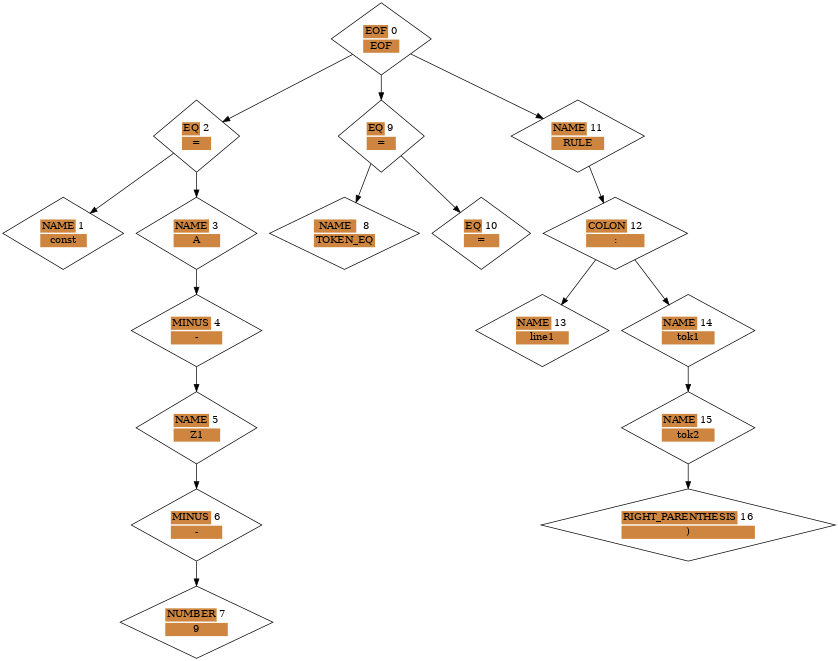
1mchlkrpch/Rebecca keeps this Graphviz diagram as graph.png. Above is the earlier version. Its source is kept beside it as graph.dot.
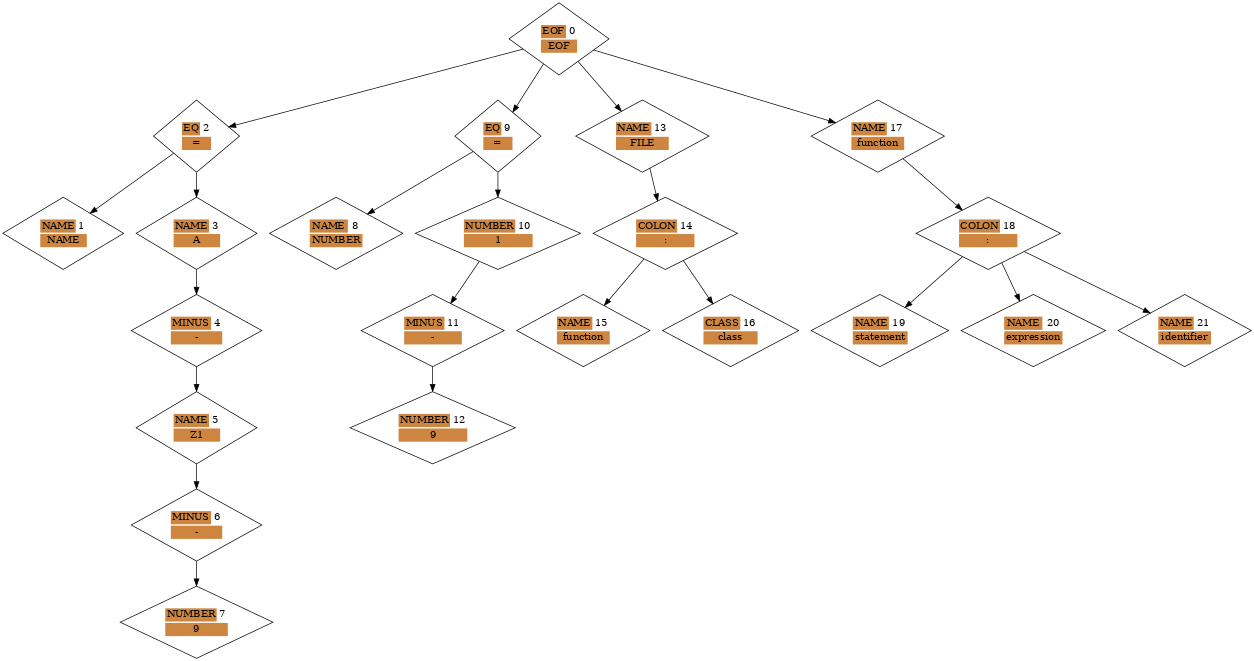
The same file after the commit.

The edit, as a diff of the source:
```diff
@@ -17,7 +17,7 @@
 	n1 [shape=diamond label=<
 		<table border="0">
 			<tr><td colspan="1" bgcolor="Peru">NAME</td><td>1</td></tr>
-			<tr><td colspan="2" bgcolor="Peru">const</td></tr>
+			<tr><td colspan="2" bgcolor="Peru">NAME</td></tr>
 		</table>
 	>]
 
@@ -66,62 +66,98 @@
 	n8 [shape=diamond label=<
 		<table border="0">
 			<tr><td colspan="1" bgcolor="Peru">NAME</td><td>8</td></tr>
-			<tr><td colspan="2" bgcolor="Peru">TOKEN_EQ</td></tr>
+			<tr><td colspan="2" bgcolor="Peru">NUMBER</td></tr>
 		</table>
 	>]
 
 	n10 [shape=diamond label=<
 		<table border="0">
-			<tr><td colspan="1" bgcolor="Peru">EQ</td><td>10</td></tr>
-			<tr><td colspan="2" bgcolor="Peru">=</td></tr>
+			<tr><td colspan="1" bgcolor="Peru">NUMBER</td><td>10</td></tr>
+			<tr><td colspan="2" bgcolor="Peru">1</td></tr>
 		</table>
 	>]
 
 	n11 [shape=diamond label=<
 		<table border="0">
-			<tr><td colspan="1" bgcolor="Peru">NAME</td><td>11</td></tr>
-			<tr><td colspan="2" bgcolor="Peru">RULE</td></tr>
+			<tr><td colspan="1" bgcolor="Peru">MINUS</td><td>11</td></tr>
+			<tr><td colspan="2" bgcolor="Peru">-</td></tr>
 		</table>
 	>]
 
 	n12 [shape=diamond label=<
 		<table border="0">
-			<tr><td colspan="1" bgcolor="Peru">COLON</td><td>12</td></tr>
-			<tr><td colspan="2" bgcolor="Peru">:</td></tr>
+			<tr><td colspan="1" bgcolor="Peru">NUMBER</td><td>12</td></tr>
+			<tr><td colspan="2" bgcolor="Peru">9</td></tr>
 		</table>
 	>]
 
 	n13 [shape=diamond label=<
 		<table border="0">
 			<tr><td colspan="1" bgcolor="Peru">NAME</td><td>13</td></tr>
-			<tr><td colspan="2" bgcolor="Peru">line1</td></tr>
+			<tr><td colspan="2" bgcolor="Peru">FILE</td></tr>
 		</table>
 	>]
 
 	n14 [shape=diamond label=<
 		<table border="0">
-			<tr><td colspan="1" bgcolor="Peru">NAME</td><td>14</td></tr>
-			<tr><td colspan="2" bgcolor="Peru">tok1</td></tr>
+			<tr><td colspan="1" bgcolor="Peru">COLON</td><td>14</td></tr>
+			<tr><td colspan="2" bgcolor="Peru">:</td></tr>
 		</table>
 	>]
 
 	n15 [shape=diamond label=<
 		<table border="0">
 			<tr><td colspan="1" bgcolor="Peru">NAME</td><td>15</td></tr>
-			<tr><td colspan="2" bgcolor="Peru">tok2</td></tr>
+			<tr><td colspan="2" bgcolor="Peru">function</td></tr>
 		</table>
 	>]
 
 	n16 [shape=diamond label=<
 		<table border="0">
-			<tr><td colspan="1" bgcolor="Peru">RIGHT_PARENTHESIS</td><td>16</td></tr>
-			<tr><td colspan="2" bgcolor="Peru">)</td></tr>
+			<tr><td colspan="1" bgcolor="Peru">CLASS</td><td>16</td></tr>
+			<tr><td colspan="2" bgcolor="Peru">class</td></tr>
+		</table>
+	>]
+
+	n17 [shape=diamond label=<
+		<table border="0">
+			<tr><td colspan="1" bgcolor="Peru">NAME</td><td>17</td></tr>
+			<tr><td colspan="2" bgcolor="Peru">function</td></tr>
+		</table>
+	>]
+
+	n18 [shape=diamond label=<
+		<table border="0">
+			<tr><td colspan="1" bgcolor="Peru">COLON</td><td>18</td></tr>
+			<tr><td colspan="2" bgcolor="Peru">:</td></tr>
+		</table>
+	>]
+
+	n19 [shape=diamond label=<
+		<table border="0">
+			<tr><td colspan="1" bgcolor="Peru">NAME</td><td>19</td></tr>
+			<tr><td colspan="2" bgcolor="Peru">statement</td></tr>
+		</table>
+	>]
+
+	n20 [shape=diamond label=<
+		<table border="0">
+			<tr><td colspan="1" bgcolor="Peru">NAME</td><td>20</td></tr>
+			<tr><td colspan="2" bgcolor="Peru">expression</td></tr>
+		</table>
+	>]
+
+	n21 [shape=diamond label=<
+		<table border="0">
+			<tr><td colspan="1" bgcolor="Peru">NAME</td><td>21</td></tr>
+			<tr><td colspan="2" bgcolor="Peru">identifier</td></tr>
 		</table>
 	>]
 
 	n0 -> n2
 	n0 -> n9
-	n0 -> n11
+	n0 -> n13
+	n0 -> n17
 	n2 -> n1
 	n2 -> n3
 	n3 -> n4
@@ -130,9 +166,13 @@
 	n6 -> n7
 	n9 -> n8
 	n9 -> n10
+	n10 -> n11
 	n11 -> n12
-	n12 -> n13
-	n12 -> n14
+	n13 -> n14
 	n14 -> n15
-	n15 -> n16
+	n14 -> n16
+	n17 -> n18
+	n18 -> n19
+	n18 -> n20
+	n18 -> n21
 }
```
